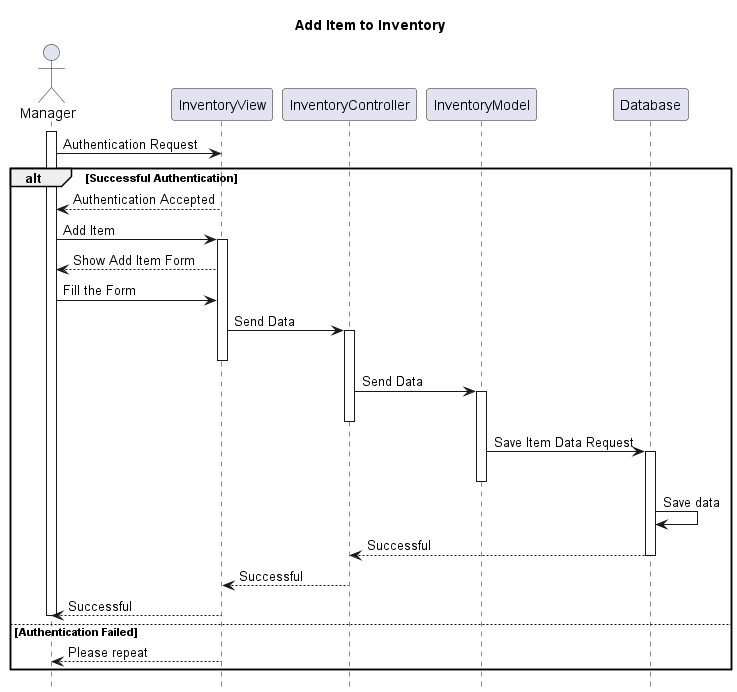
Above: conception/SequenceDiagram_AddItemInventory.png in floki1250/AgroSense (PlantUML), before the change.
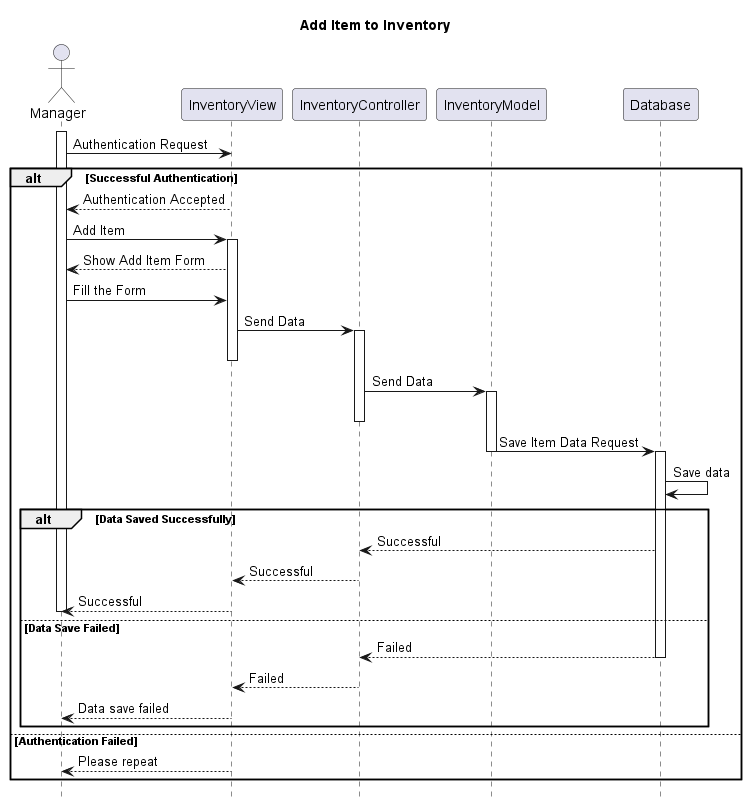
The same file after the commit.

Diff of the diagram source:
```diff
@@ -17,15 +17,23 @@
     activate InventoryModel
     deactivate InventoryController
     InventoryModel -> Database : Save Item Data Request
+    deactivate InventoryModel
     activate Database
-    deactivate InventoryModel
     Database -> Database : Save data
-    Database --> InventoryController : Successful
-    deactivate Database
-    InventoryController --> InventoryView : Successful
-    deactivate InventoryController
-    InventoryView --> Manager : Successful
-    deactivate Manager
+    alt Data Saved Successfully
+        Database --> InventoryController : Successful
+        InventoryController --> InventoryView : Successful
+        deactivate InventoryController
+        InventoryView --> Manager : Successful
+        deactivate Manager
+    else Data Save Failed
+        Database --> InventoryController : Failed
+        deactivate Database
+        InventoryController --> InventoryView : Failed
+        deactivate InventoryController
+        InventoryView --> Manager : Data save failed
+        deactivate Manager
+    end
 else Authentication Failed
     InventoryView --> Manager : Please repeat
 end
```
